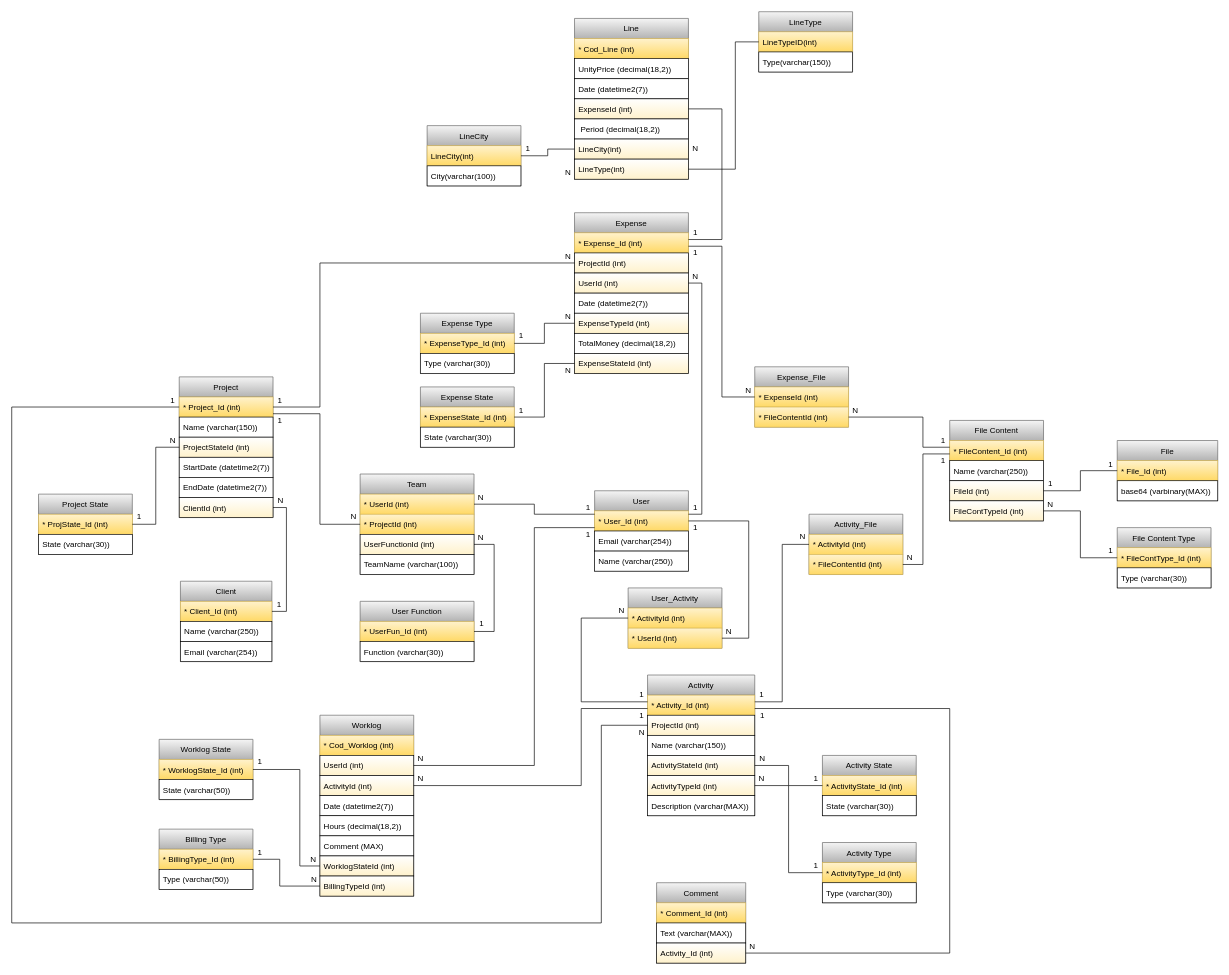
Earlier version of the draw.io diagram Relatório/Timesheet DB.drawio (rjcasaca/inete2022). Source tidied: cells renumbered, new cells numbered last; positions are measured from the earlier drawing's top-left corner, leaving out a move shared by most shapes. Both pictures are drawn from the tidied source at 67%, with x=0, y=0 at pixel (11, 11).
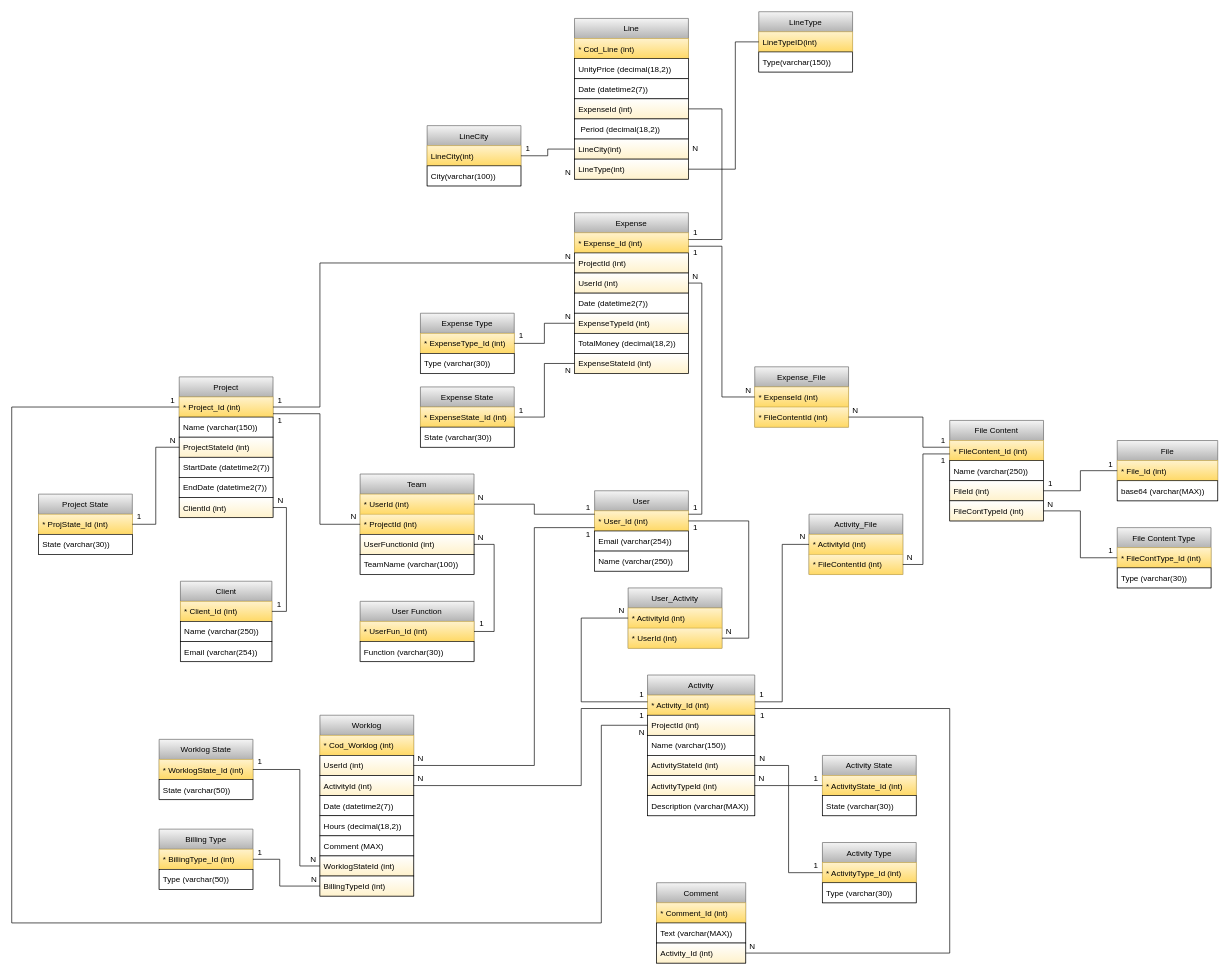
After the change.

Unchanged cells that the change refers to:
```xml
<mxCell id="36" value="File" style="swimlane;fontStyle=0;horizontal=1;startSize=30;strokeColor=#666666;fillColor=#f5f5f5;gradientColor=#b3b3b3;" parent="1" vertex="1">
  <mxGeometry x="1650" y="640" width="150" height="90" as="geometry" />
</mxCell>
```

The edit, as a diff of the source:
```diff
@@
-    <mxCell id="38" value="base64 (varbinary(MAX))" style="text;strokeColor=default;fillColor=default;align=left;verticalAlign=middle;spacingLeft=4;spacingRight=4;overflow=hidden;" parent="36" vertex="1">
+    <mxCell id="38" value="base64 (varchar(MAX))" style="text;strokeColor=default;fillColor=default;align=left;verticalAlign=middle;spacingLeft=4;spacingRight=4;overflow=hidden;" parent="36" vertex="1">
       <mxGeometry y="60" width="150" height="30" as="geometry" />
     </mxCell>
```
